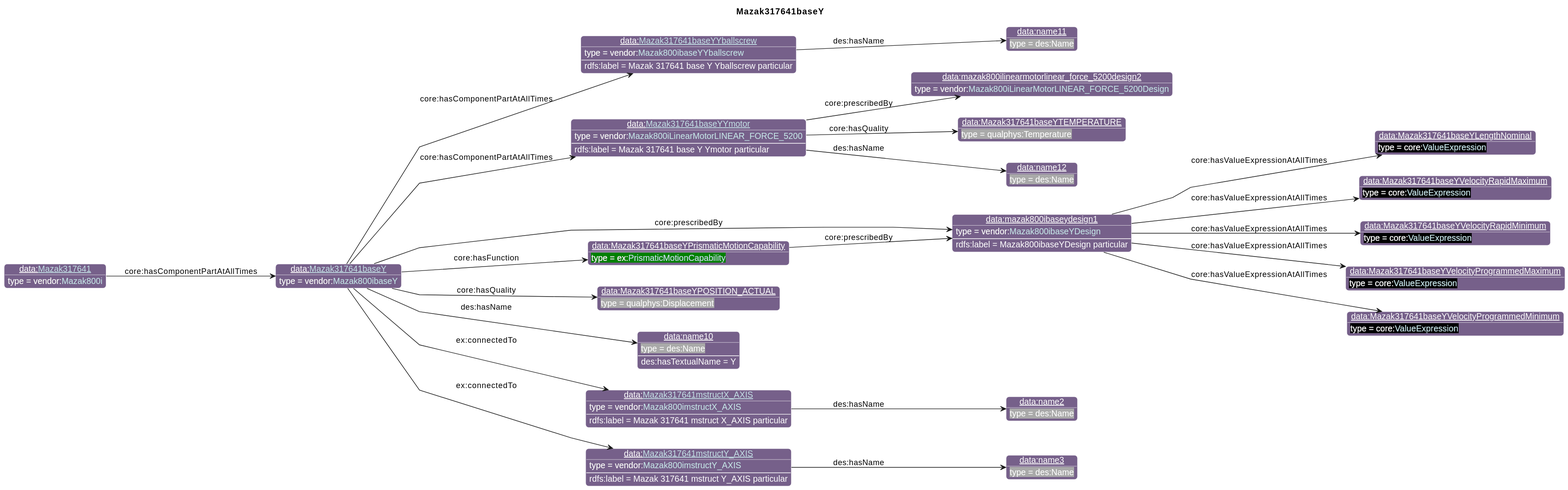
Before: diagrams/Mazak317641baseY.svg, a diagram exported from PlantUML (iofoundry/example-syseng-mtconnect).
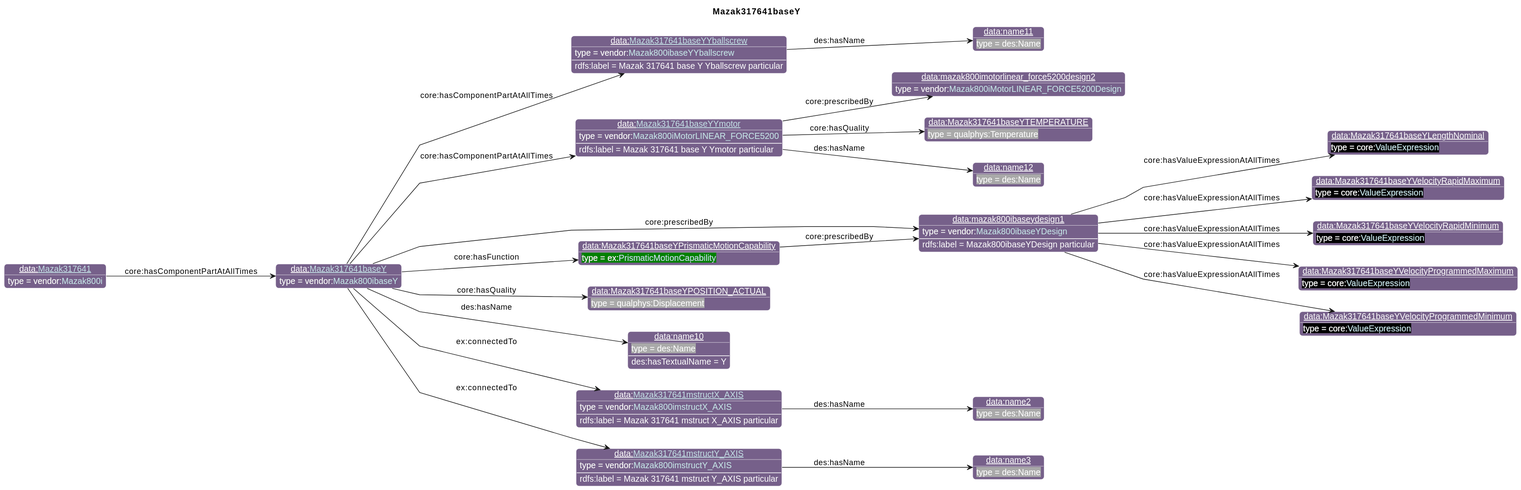
Above is the later version.

Diff of the diagram source:
```diff
@@ -28,8 +28,8 @@
 individual(o0, data:[[./Mazak317641baseY.html Mazak317641baseY]], vendor:[[../Mazak.html#Mazak800ibaseY Mazak800ibaseY]])
 individual(o1, data:[[./Mazak317641baseYYballscrew.html Mazak317641baseYYballscrew]], vendor:[[../Mazak.html#Mazak800ibaseYYballscrew Mazak800ibaseYYballscrew]])
 individual(o2, data:name11, des:Name)
-individual(o3, data:[[./Mazak317641baseYYmotor.html Mazak317641baseYYmotor]], vendor:[[../Mazak.html#Mazak800iLinearMotorLINEAR_FORCE_5200 Mazak800iLinearMotorLINEAR_FORCE_5200]])
-individual(o4, data:mazak800ilinearmotorlinear_force_5200design2, vendor:[[../Mazak.html#Mazak800iLinearMotorLINEAR_FORCE_5200Design Mazak800iLinearMotorLINEAR_FORCE_5200Design]])
+individual(o3, data:[[./Mazak317641baseYYmotor.html Mazak317641baseYYmotor]], vendor:[[../Mazak.html#Mazak800iMotorLINEAR_FORCE5200 Mazak800iMotorLINEAR_FORCE5200]])
+individual(o4, data:mazak800imotorlinear_force5200design2, vendor:[[../Mazak.html#Mazak800iMotorLINEAR_FORCE5200Design Mazak800iMotorLINEAR_FORCE5200Design]])
 individual(o5, data:Mazak317641baseYTEMPERATURE, qualphys:Temperature)
 individual(o6, data:name12, des:Name)
 individual(o7, data:mazak800ibaseydesign1, vendor:[[../Mazak.html#Mazak800ibaseYDesign Mazak800ibaseYDesign]])
```
